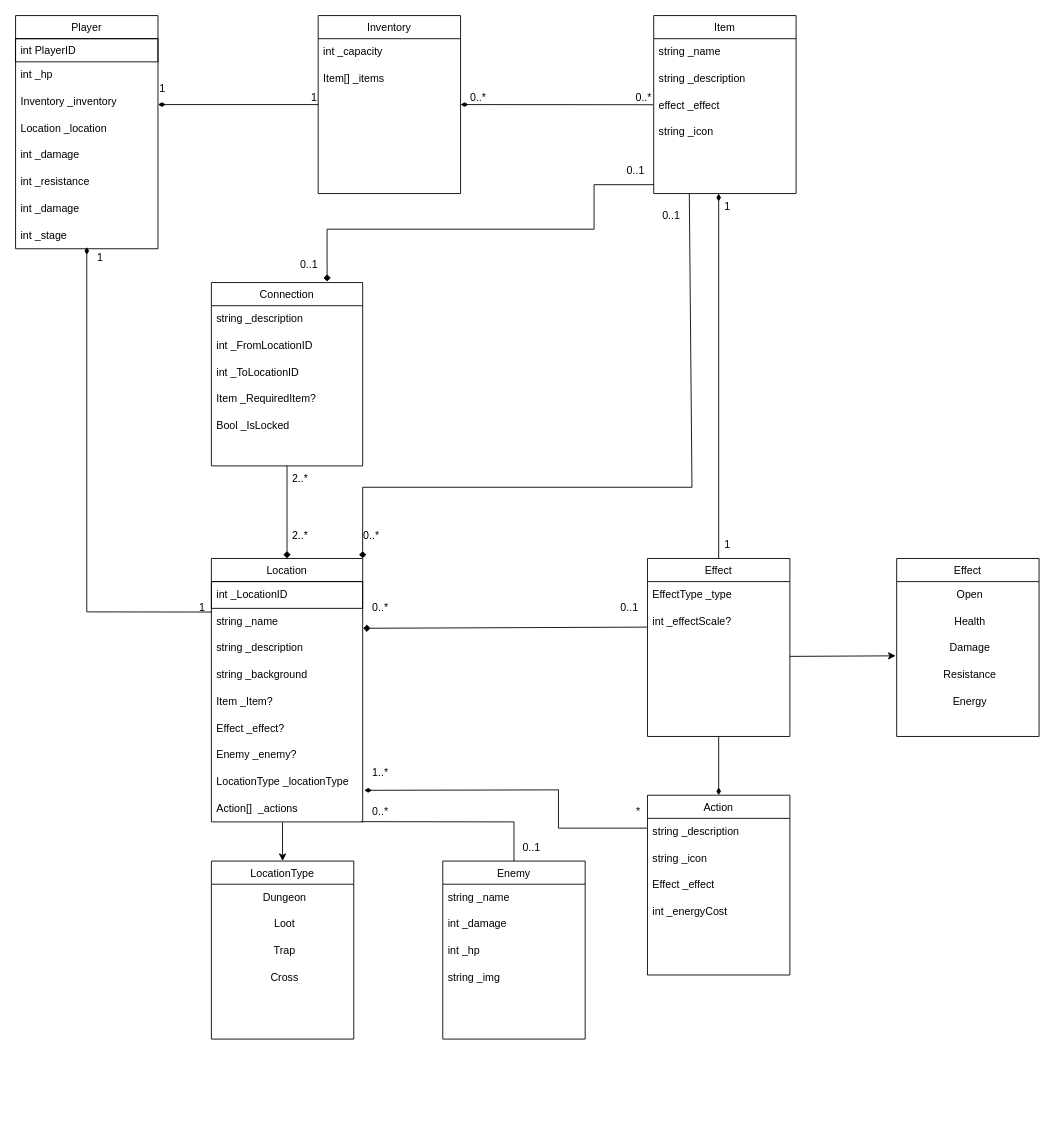
Earlier version of the draw.io diagram UML/GamebookModels.drawio (pslib-cz/2023-p3a-web-gamebook-kelbasa-matejka). Source tidied: cells renumbered, new cells numbered last; positions are measured from the earlier drawing's top-left corner, leaving out a move shared by most shapes. Both pictures are drawn from the tidied source at 89%, with x=0, y=0 at pixel (15, 15).
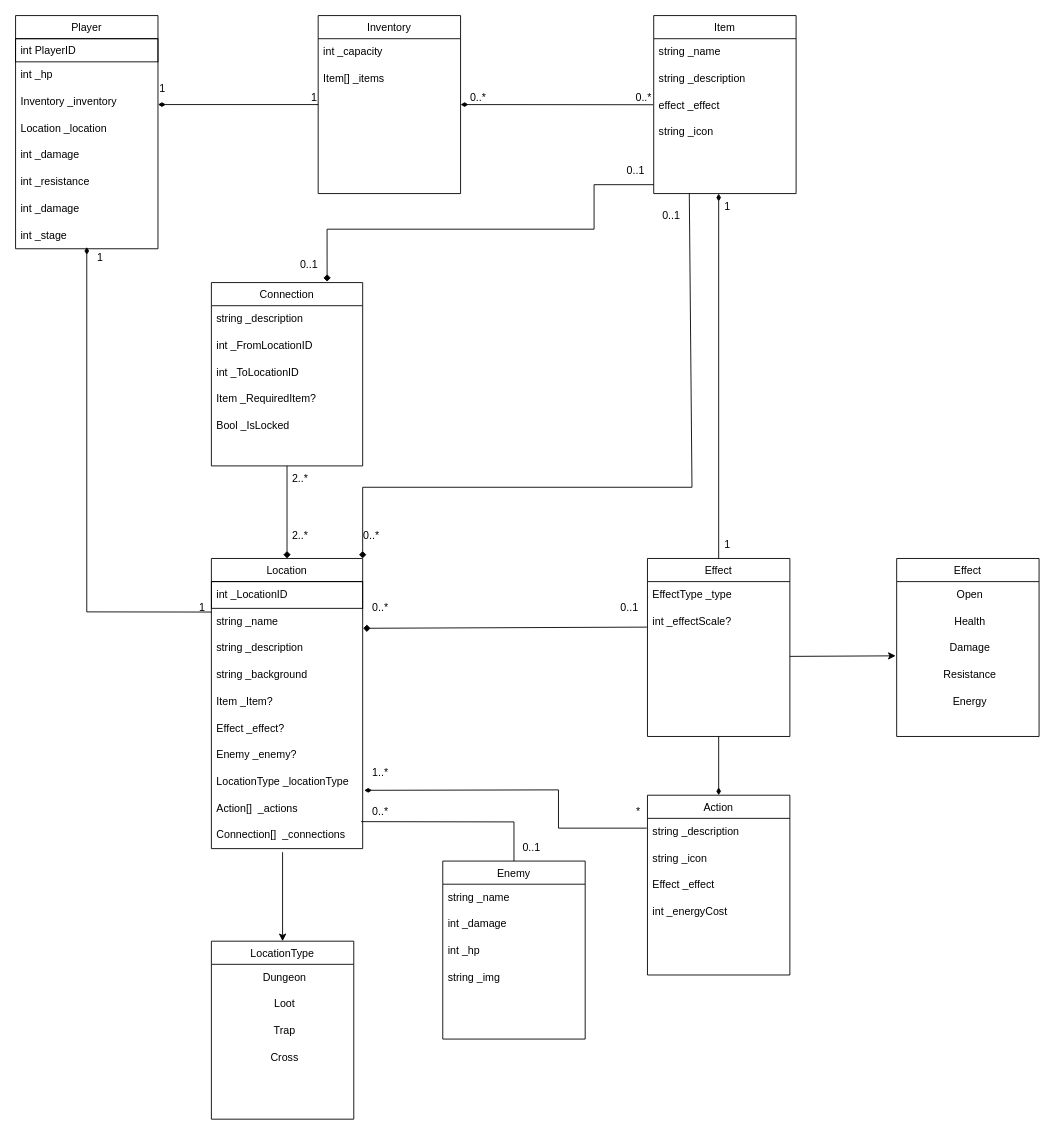
After the change.

Unchanged cells that the change refers to:
```xml
<mxCell id="47" value="Action[]&amp;nbsp; _actions" style="text;html=1;align=left;verticalAlign=middle;points=[];strokeColor=none;fillColor=none;spacingLeft=4;" parent="38" vertex="1">
  <mxGeometry y="266" width="170" height="30" as="geometry" />
</mxCell>
```

Change to the diagram source:
```diff
@@
     <mxCell id="38" value="Location" style="swimlane;fontStyle=0;align=center;verticalAlign=top;horizontal=1;startSize=26;rounded=0;shadow=0;strokeWidth=1;" parent="1" vertex="1">
-      <mxGeometry x="220" y="610" width="170" height="296" as="geometry" />
+      <mxGeometry x="220" y="610" width="170" height="326" as="geometry" />
     </mxCell>
@@
+    <mxCell id="92" value="Connection[]&amp;nbsp; _connections" style="text;html=1;align=left;verticalAlign=middle;strokeColor=none;fillColor=none;spacingLeft=4;" parent="38" vertex="1">
+      <mxGeometry y="296" width="170" height="30" as="geometry" />
+    </mxCell>
@@
     <mxCell id="54" value="LocationType" style="swimlane;fontStyle=0;align=center;verticalAlign=top;horizontal=1;startSize=26;rounded=0;shadow=0;strokeWidth=1;" parent="1" vertex="1">
-      <mxGeometry x="220" y="950" width="160" height="200" as="geometry" />
+      <mxGeometry x="220" y="1040" width="160" height="200" as="geometry" />
     </mxCell>
@@
-    <mxCell id="59" style="endArrow=classic;html=1;rounded=0;entryX=0.5;entryY=0;entryDx=0;entryDy=0;exitX=0.47;exitY=1.02;exitDx=0;exitDy=0;exitPerimeter=0;" parent="1" edge="1" source="47" target="54">
-      <mxGeometry relative="1" as="geometry" />
+    <mxCell id="59" style="endArrow=classic;html=1;rounded=0;entryX=0.5;entryY=0;entryDx=0;entryDy=0;" parent="1" edge="1" target="54">
+      <mxGeometry relative="1" as="geometry">
+        <mxPoint x="300" y="940" as="sourcePoint" />
+      </mxGeometry>
     </mxCell>
```
